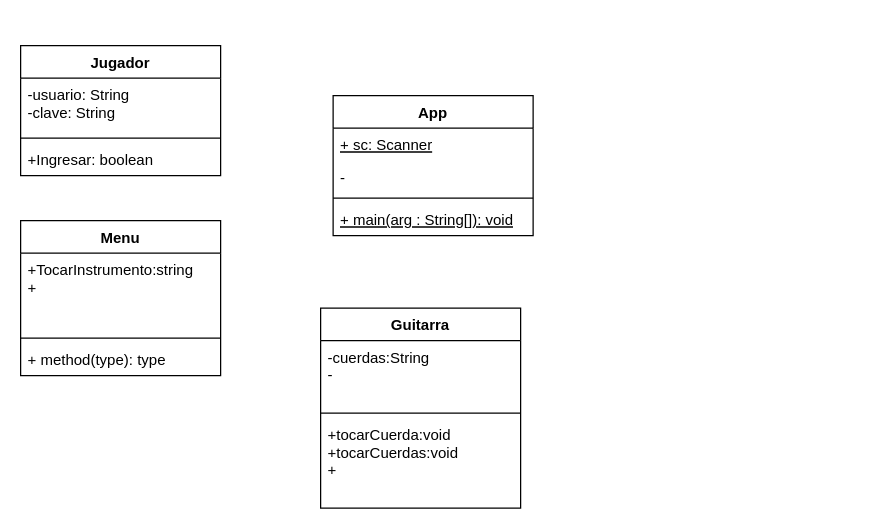
Earlier version of the draw.io diagram desing/DiagramaClase.drawio (venuzBG/ProyectoProgrmacion). Source tidied: cells renumbered, new cells numbered last; positions are measured from the earlier drawing's top-left corner, leaving out a move shared by most shapes. Both pictures are drawn from the tidied source at 125%, with x=0, y=0 at pixel (20, 45).
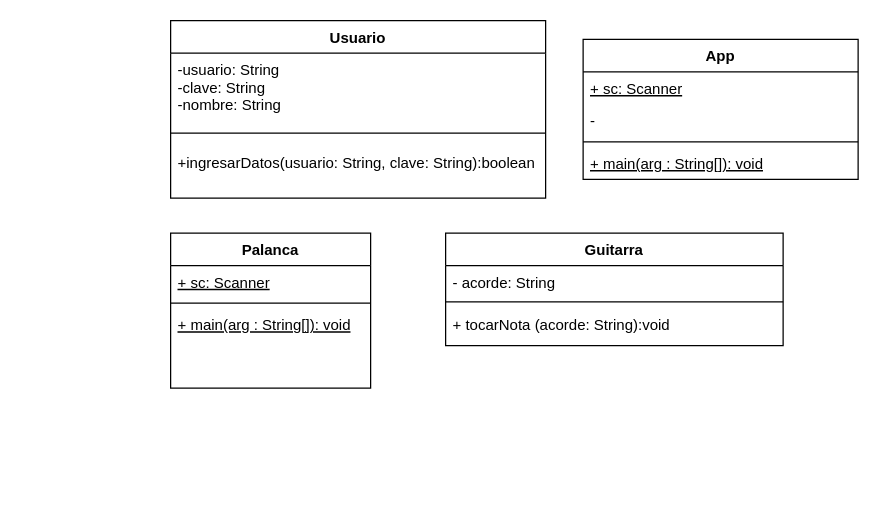
After the change.

What changed in the source:
```diff
@@
 <mxGraphModel>
   <root>
     <mxCell id="0" />
     <mxCell id="1" parent="0" />
     <mxCell id="2" value="App" style="swimlane;fontStyle=1;align=center;verticalAlign=top;horizontal=1;startSize=26;" parent="1" vertex="1">
-      <mxGeometry x="250" y="40" width="160" height="112" as="geometry" />
+      <mxGeometry x="450" y="-5" width="220" height="112" as="geometry" />
     </mxCell>
     <mxCell id="3" value="+ sc: Scanner" style="text;strokeColor=none;fillColor=none;align=left;verticalAlign=top;spacingLeft=4;spacingRight=4;overflow=hidden;fontStyle=4;" parent="2" vertex="1">
-      <mxGeometry y="26" width="160" height="26" as="geometry" />
+      <mxGeometry y="26" width="220" height="26" as="geometry" />
     </mxCell>
     <mxCell id="4" value="- " style="text;strokeColor=none;fillColor=none;align=left;verticalAlign=top;spacingLeft=4;spacingRight=4;overflow=hidden;" parent="2" vertex="1">
-      <mxGeometry y="52" width="160" height="26" as="geometry" />
+      <mxGeometry y="52" width="220" height="26" as="geometry" />
     </mxCell>
     <mxCell id="5" style="line;strokeWidth=1;fillColor=none;align=left;verticalAlign=middle;spacingTop=-1;spacingLeft=3;spacingRight=3;labelPosition=right;strokeColor=inherit;" parent="2" vertex="1">
-      <mxGeometry y="78" width="160" height="8" as="geometry" />
+      <mxGeometry y="78" width="220" height="8" as="geometry" />
     </mxCell>
     <mxCell id="6" value="+ main(arg : String[]): void" style="text;strokeColor=none;fillColor=none;align=left;verticalAlign=top;spacingLeft=4;spacingRight=4;overflow=hidden;fontStyle=4;" parent="2" vertex="1">
-      <mxGeometry y="86" width="160" height="26" as="geometry" />
+      <mxGeometry y="86" width="220" height="26" as="geometry" />
     </mxCell>
-    <mxCell id="7" value="Jugador" style="swimlane;fontStyle=1;align=center;verticalAlign=top;horizontal=1;startSize=26;" parent="1" vertex="1">
-      <mxGeometry width="160" height="104" as="geometry" />
-    </mxCell>
-    <mxCell id="8" value="-usuario: String&#10;-clave: String" style="text;strokeColor=none;fillColor=none;align=left;verticalAlign=top;spacingLeft=4;spacingRight=4;overflow=hidden;" parent="7" vertex="1">
-      <mxGeometry y="26" width="160" height="44" as="geometry" />
-    </mxCell>
-    <mxCell id="9" style="line;strokeWidth=1;fillColor=none;align=left;verticalAlign=middle;spacingTop=-1;spacingLeft=3;spacingRight=3;labelPosition=right;strokeColor=inherit;" parent="7" vertex="1">
-      <mxGeometry y="70" width="160" height="8" as="geometry" />
-    </mxCell>
-    <mxCell id="10" value="+Ingresar: boolean" style="text;strokeColor=none;fillColor=none;align=left;verticalAlign=top;spacingLeft=4;spacingRight=4;overflow=hidden;" parent="7" vertex="1">
-      <mxGeometry y="78" width="160" height="26" as="geometry" />
-    </mxCell>
+    <mxCell id="19" value="Usuario" style="swimlane;fontStyle=1;align=center;verticalAlign=top;horizontal=1;startSize=26;" parent="1" vertex="1">
+      <mxGeometry x="120" y="-20" width="300" height="142" as="geometry" />
+    </mxCell>
+    <mxCell id="20" value="-usuario: String&#10;-clave: String&#10;-nombre: String" style="text;strokeColor=none;fillColor=none;align=left;verticalAlign=top;spacingLeft=4;spacingRight=4;overflow=hidden;" parent="19" vertex="1">
+      <mxGeometry y="26" width="300" height="54" as="geometry" />
+    </mxCell>
+    <mxCell id="21" style="line;strokeWidth=1;fillColor=none;align=left;verticalAlign=middle;spacingTop=-1;spacingLeft=3;spacingRight=3;labelPosition=right;strokeColor=inherit;" parent="19" vertex="1">
+      <mxGeometry y="80" width="300" height="20" as="geometry" />
+    </mxCell>
+    <mxCell id="22" value="+ingresarDatos(usuario: String, clave: String):boolean" style="text;strokeColor=none;fillColor=none;align=left;verticalAlign=top;spacingLeft=4;spacingRight=4;overflow=hidden;" parent="19" vertex="1">
+      <mxGeometry y="100" width="300" height="42" as="geometry" />
+    </mxCell>
+    <mxCell id="23" value="Palanca" style="swimlane;fontStyle=1;align=center;verticalAlign=top;horizontal=1;startSize=26;" parent="1" vertex="1">
+      <mxGeometry x="120" y="150" width="160" height="124" as="geometry" />
+    </mxCell>
+    <mxCell id="24" value="+ sc: Scanner" style="text;strokeColor=none;fillColor=none;align=left;verticalAlign=top;spacingLeft=4;spacingRight=4;overflow=hidden;fontStyle=4;" parent="23" vertex="1">
+      <mxGeometry y="26" width="160" height="26" as="geometry" />
+    </mxCell>
+    <mxCell id="25" style="line;strokeWidth=1;fillColor=none;align=left;verticalAlign=middle;spacingTop=-1;spacingLeft=3;spacingRight=3;labelPosition=right;strokeColor=inherit;" parent="23" vertex="1">
+      <mxGeometry y="52" width="160" height="8" as="geometry" />
+    </mxCell>
+    <mxCell id="26" value="+ main(arg : String[]): void" style="text;strokeColor=none;fillColor=none;align=left;verticalAlign=top;spacingLeft=4;spacingRight=4;overflow=hidden;fontStyle=4;" parent="23" vertex="1">
+      <mxGeometry y="60" width="160" height="64" as="geometry" />
+    </mxCell>
     <mxCell id="11" value="Guitarra" style="swimlane;fontStyle=1;align=center;verticalAlign=top;horizontal=1;startSize=26;" parent="1" vertex="1">
-      <mxGeometry x="240" y="210" width="160" height="160" as="geometry" />
+      <mxGeometry x="340" y="150" width="270" height="90" as="geometry" />
     </mxCell>
-    <mxCell id="12" value="-cuerdas:String&#10;-" style="text;strokeColor=none;fillColor=none;align=left;verticalAlign=top;spacingLeft=4;spacingRight=4;overflow=hidden;" parent="11" vertex="1">
-      <mxGeometry y="26" width="160" height="54" as="geometry" />
-    </mxCell>
-    <mxCell id="13" style="line;strokeWidth=1;fillColor=none;align=left;verticalAlign=middle;spacingTop=-1;spacingLeft=3;spacingRight=3;labelPosition=right;strokeColor=inherit;" parent="11" vertex="1">
-      <mxGeometry y="80" width="160" height="8" as="geometry" />
-    </mxCell>
-    <mxCell id="14" value="+tocarCuerda:void&#10;+tocarCuerdas:void&#10;+" style="text;strokeColor=none;fillColor=none;align=left;verticalAlign=top;spacingLeft=4;spacingRight=4;overflow=hidden;" parent="11" vertex="1">
-      <mxGeometry y="88" width="160" height="72" as="geometry" />
-    </mxCell>
-    <mxCell id="15" value="Menu" style="swimlane;fontStyle=1;align=center;verticalAlign=top;horizontal=1;startSize=26;" parent="1" vertex="1">
-      <mxGeometry y="140" width="160" height="124" as="geometry" />
-    </mxCell>
-    <mxCell id="16" value="+TocarInstrumento:string&#10;+" style="text;strokeColor=none;fillColor=none;align=left;verticalAlign=top;spacingLeft=4;spacingRight=4;overflow=hidden;" parent="15" vertex="1">
-      <mxGeometry y="26" width="160" height="64" as="geometry" />
-    </mxCell>
-    <mxCell id="17" style="line;strokeWidth=1;fillColor=none;align=left;verticalAlign=middle;spacingTop=-1;spacingLeft=3;spacingRight=3;labelPosition=right;strokeColor=inherit;" parent="15" vertex="1">
-      <mxGeometry y="90" width="160" height="8" as="geometry" />
-    </mxCell>
-    <mxCell id="18" value="+ method(type): type" style="text;strokeColor=none;fillColor=none;align=left;verticalAlign=top;spacingLeft=4;spacingRight=4;overflow=hidden;" parent="15" vertex="1">
-      <mxGeometry y="98" width="160" height="26" as="geometry" />
-    </mxCell>
+    <mxCell id="27" value="- acorde: String" style="text;strokeColor=none;fillColor=none;align=left;verticalAlign=top;spacingLeft=4;spacingRight=4;overflow=hidden;fontStyle=0;" parent="11" vertex="1">
+      <mxGeometry y="26" width="270" height="24" as="geometry" />
+    </mxCell>
+    <mxCell id="28" style="line;strokeWidth=1;fillColor=none;align=left;verticalAlign=middle;spacingTop=-1;spacingLeft=3;spacingRight=3;labelPosition=right;strokeColor=inherit;" parent="11" vertex="1">
+      <mxGeometry y="50" width="270" height="10" as="geometry" />
+    </mxCell>
+    <mxCell id="29" value="+ tocarNota (acorde: String):void&#10;" style="text;strokeColor=none;fillColor=none;align=left;verticalAlign=top;spacingLeft=4;spacingRight=4;overflow=hidden;fontStyle=0;" parent="11" vertex="1">
+      <mxGeometry y="60" width="270" height="30" as="geometry" />
+    </mxCell>
   </root>
 </mxGraphModel>
```
